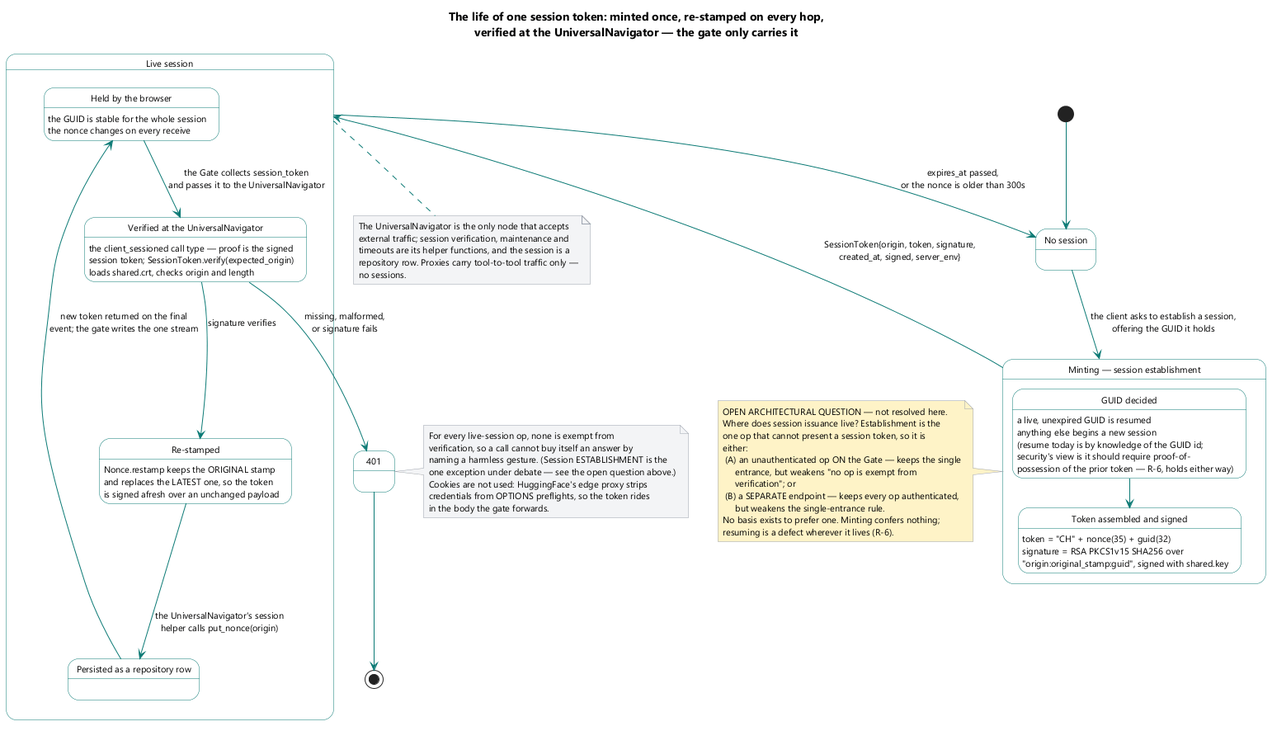
Above: brain/machine_artifacts/diagramsAndImages/rendered/ss_session_state.png in SkipSnow/ChatHealthyRepo (PlantUML), before the change.
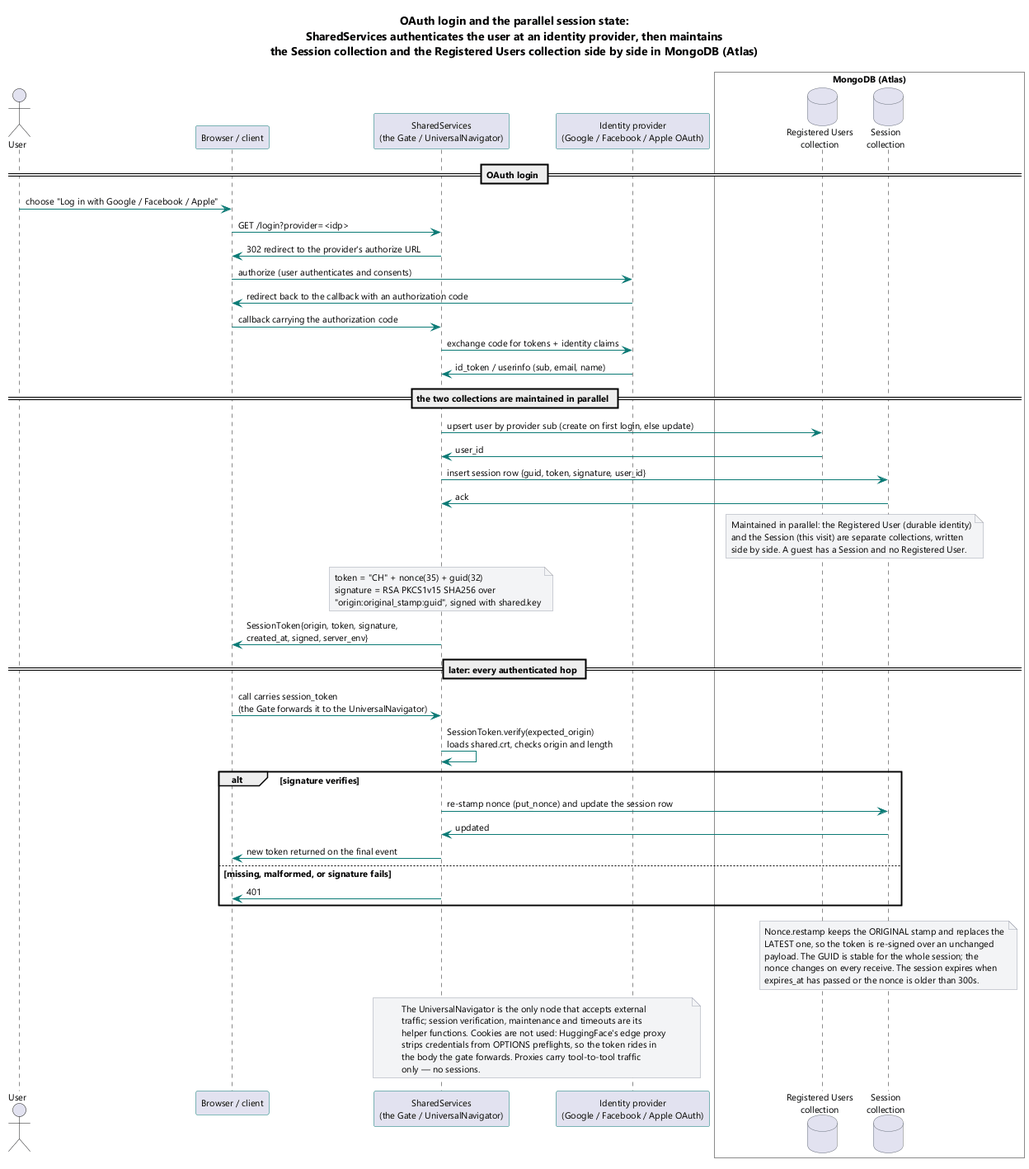
Above is the later version.

What changed in the source:
```diff
@@ -3,98 +3,82 @@
 skinparam defaultFontName Segoe UI
 skinparam defaultFontSize 11
 skinparam ArrowColor #0b7a75
-skinparam ComponentBorderColor #0b7a75
+skinparam ParticipantBorderColor #0b7a75
 skinparam DatabaseBorderColor #6b7280
 skinparam NoteBackgroundColor #f3f4f6
 skinparam NoteBorderColor #9ca3af
-skinparam StateBorderColor #0b7a75
-skinparam StateBackgroundColor #ffffff
 
-title The life of one session token: minted once, re-stamped on every hop,\nverified at the UniversalNavigator — the gate only carries it
+title OAuth login and the parallel session state:\nSharedServices authenticates the user at an identity provider, then maintains\nthe Session collection and the Registered Users collection side by side in MongoDB (Atlas)
 
-[*] --> NoSession
+actor "User" as User
+participant "Browser / client" as Browser
+participant "SharedServices\n(the Gate / UniversalNavigator)" as SS
+participant "Identity provider\n(Google / Facebook / Apple OAuth)" as IdP
 
-state "No session" as NoSession
+box "MongoDB (Atlas)" #f9fafb
+  database "Registered Users\ncollection" as UsersCol
+  database "Session\ncollection" as SessionCol
+end box
 
-state "Minting — session establishment" as Mint {
-  state "GUID decided" as MintGuid
-  state "Token assembled and signed" as MintSign
-  MintGuid --> MintSign
-}
+== OAuth login ==
 
-state "Live session" as Live {
-  state "Held by the browser" as Held
-  state "Verified at the UniversalNavigator" as Verify
-  state "Re-stamped" as Restamp
-  state "Persisted as a repository row" as Persist
+User -> Browser : choose "Log in with Google / Facebook / Apple"
+Browser -> SS : GET /login?provider=<idp>
+SS -> Browser : 302 redirect to the provider's authorize URL
+Browser -> IdP : authorize (user authenticates and consents)
+IdP -> Browser : redirect back to the callback with an authorization code
+Browser -> SS : callback carrying the authorization code
+SS -> IdP : exchange code for tokens + identity claims
+IdP -> SS : id_token / userinfo (sub, email, name)
 
-  Held --> Verify : the Gate collects session_token\nand passes it to the UniversalNavigator
-  Verify --> Restamp : signature verifies
-  Restamp --> Persist : the UniversalNavigator's session\nhelper calls put_nonce(origin)
-  Persist --> Held : new token returned on the final\nevent; the gate writes the one stream
-}
+== the two collections are maintained in parallel ==
 
-state "401" as Denied
-
-NoSession --> Mint : the client asks to establish a session,\noffering the GUID it holds
-
-note left of Mint #fef3c7
-  OPEN ARCHITECTURAL QUESTION — not resolved here.
-  Where does session issuance live? Establishment is the
-  one op that cannot present a session token, so it is
-  either:
-   (A) an unauthenticated op ON the Gate — keeps the single
-       entrance, but weakens "no op is exempt from
-       verification"; or
-   (B) a SEPARATE endpoint — keeps every op authenticated,
-       but weakens the single-entrance rule.
-  No basis exists to prefer one. Minting confers nothing;
-  resuming is a defect wherever it lives (R-6).
+SS -> UsersCol : upsert user by provider sub (create on first login, else update)
+UsersCol -> SS : user_id
+SS -> SessionCol : insert session row {guid, token, signature, user_id}
+SessionCol -> SS : ack
+note over UsersCol, SessionCol
+  Maintained in parallel: the Registered User (durable identity)
+  and the Session (this visit) are separate collections, written
+  side by side. A guest has a Session and no Registered User.
 end note
 
-MintGuid : a live, unexpired GUID is resumed
-MintGuid : anything else begins a new session
-MintGuid : (resume today is by knowledge of the GUID id;
-MintGuid : security's view is it should require proof-of-
-MintGuid : possession of the prior token — R-6, holds either way)
-MintSign : token = "CH" + nonce(35) + guid(32)
-MintSign : signature = RSA PKCS1v15 SHA256 over
-MintSign : "origin:original_stamp:guid", signed with shared.key
-
-Mint --> Live : SessionToken{origin, token, signature,\ncreated_at, signed, server_env}
-
-Verify --> Denied : missing, malformed,\nor signature fails
-Denied --> [*]
-
-Live --> NoSession : expires_at passed,\nor the nonce is older than 300s
-
-Verify : the client_sessioned call type — proof is the signed
-Verify : session token; SessionToken.verify(expected_origin)
-Verify : loads shared.crt, checks origin and length
-
-Restamp : Nonce.restamp keeps the ORIGINAL stamp
-Restamp : and replaces the LATEST one, so the token
-Restamp : is signed afresh over an unchanged payload
-
-Held : the GUID is stable for the whole session
-Held : the nonce changes on every receive
-
-note right of Denied #f3f4f6
-  For every live-session op, none is exempt from
-  verification, so a call cannot buy itself an answer by
-  naming a harmless gesture. (Session ESTABLISHMENT is the
-  one exception under debate — see the open question above.)
-  Cookies are not used: HuggingFace's edge proxy strips
-  credentials from OPTIONS preflights, so the token rides
-  in the body the gate forwards.
+note over SS
+  token = "CH" + nonce(35) + guid(32)
+  signature = RSA PKCS1v15 SHA256 over
+  "origin:original_stamp:guid", signed with shared.key
 end note
 
-note bottom of Live #f3f4f6
-  The UniversalNavigator is the only node that accepts
-  external traffic; session verification, maintenance and
-  timeouts are its helper functions, and the session is a
-  repository row. Proxies carry tool-to-tool traffic only —
-  no sessions.
+SS -> Browser : SessionToken{origin, token, signature,\ncreated_at, signed, server_env}
+
+== later: every authenticated hop ==
+
+Browser -> SS : call carries session_token\n(the Gate forwards it to the UniversalNavigator)
+SS -> SS : SessionToken.verify(expected_origin)\nloads shared.crt, checks origin and length
+
+alt signature verifies
+  SS -> SessionCol : re-stamp nonce (put_nonce) and update the session row
+  SessionCol -> SS : updated
+  SS -> Browser : new token returned on the final event
+else missing, malformed, or signature fails
+  SS -> Browser : 401
+end
+
+note over SessionCol
+  Nonce.restamp keeps the ORIGINAL stamp and replaces the
+  LATEST one, so the token is re-signed over an unchanged
+  payload. The GUID is stable for the whole session; the
+  nonce changes on every receive. The session expires when
+  expires_at has passed or the nonce is older than 300s.
+end note
+
+note over SS, IdP
+  The UniversalNavigator is the only node that accepts external
+  traffic; session verification, maintenance and timeouts are its
+  helper functions. Cookies are not used: HuggingFace's edge proxy
+  strips credentials from OPTIONS preflights, so the token rides in
+  the body the gate forwards. Proxies carry tool-to-tool traffic
+  only — no sessions.
 end note
 
 @enduml
```
